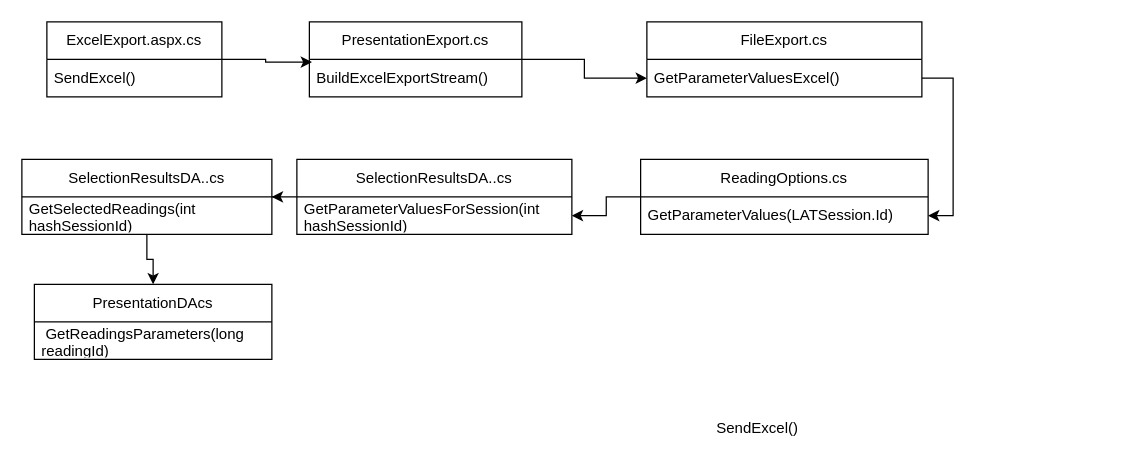
Above: individal.drawio in zpjune/Diagrams (draw.io), before the change. Source tidied: cells renumbered, new cells numbered last; positions are measured from the earlier drawing's top-left corner, leaving out a move shared by most shapes. Both pictures are drawn from the tidied source at 125%, with x=0, y=0 at pixel (21, 21).
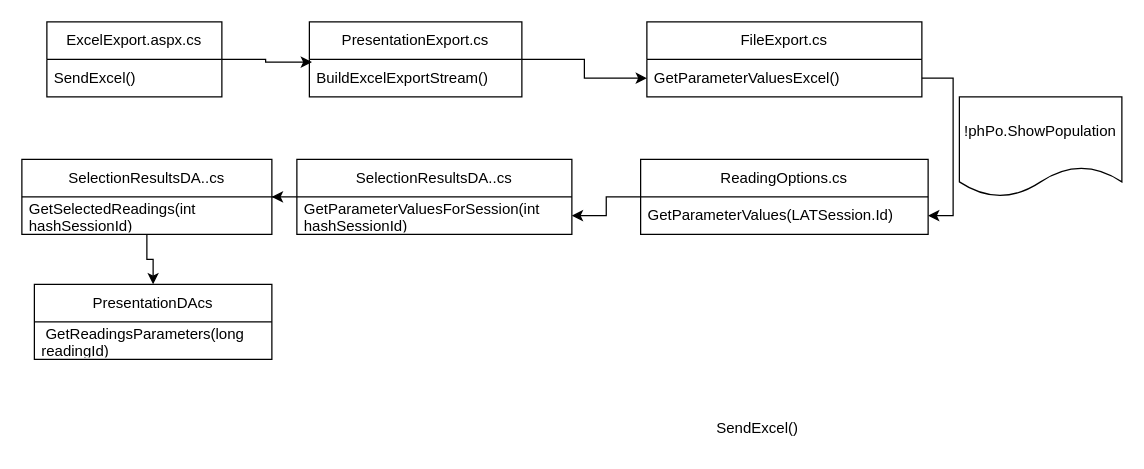
The same page after the edit.

Change to the diagram source:
```diff
@@
+    <mxCell id="23" value="!phPo.ShowPopulation" style="shape=document;whiteSpace=wrap;html=1;boundedLbl=1;" parent="1" vertex="1">
+      <mxGeometry x="750" y="60" width="130" height="80" as="geometry" />
+    </mxCell>
```
